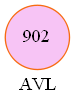
Above: AVL.png in jeani-rodas97/EDD_2S2020_201404421 (Graphviz), before the change. Its source is kept beside it as AVL.dot. Source of this version:
```dot
digraph arbolAVL{
 rankdir=TB;
 label = "AVL"
 node [shape = circle, style=filled, color="#F76B11", fillcolor= "#F7C4F5" ];
902
}
```
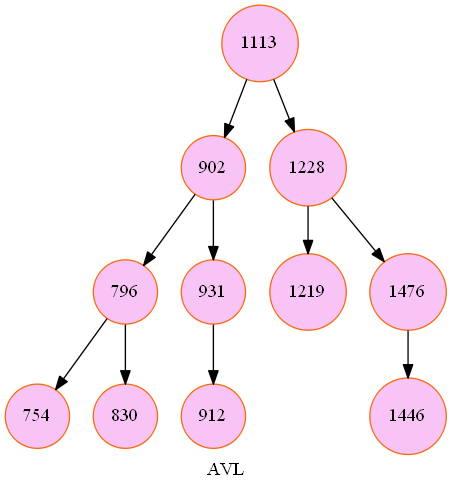
Above is the later version.

What changed in the source:
```diff
@@ -2,5 +2,19 @@
  rankdir=TB;
  label = "AVL"
  node [shape = circle, style=filled, color="#F76B11", fillcolor= "#F7C4F5" ];
-902
+754
+796->754
+830
+796->830
+902->796
+912
+931->912
+902->931
+1113->902
+1219
+1228->1219
+1446
+1476->1446
+1228->1476
+1113->1228
 }
```
